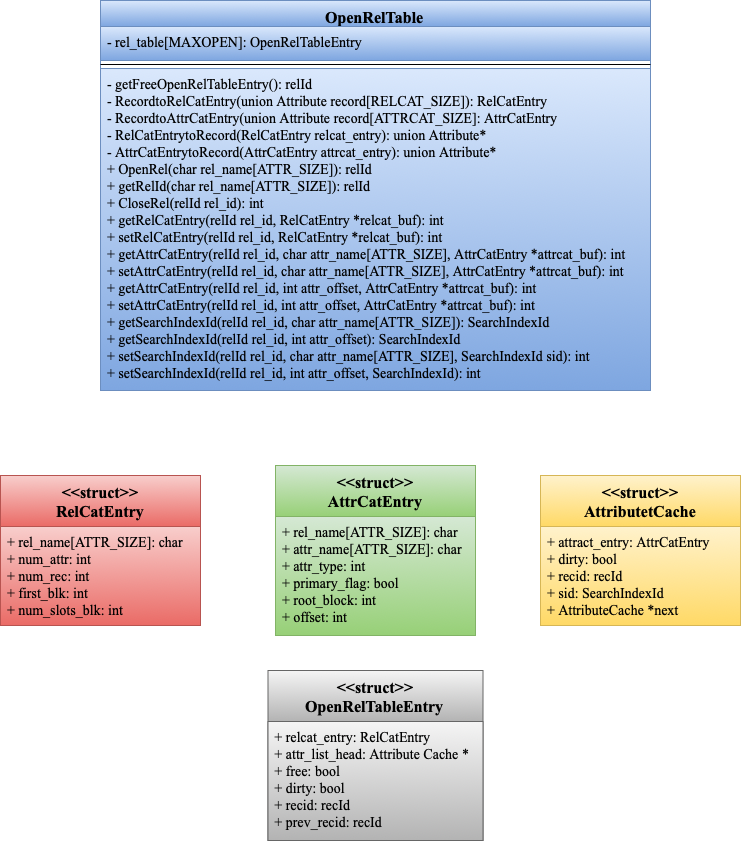
Above: img/cache_class.png in Nitcbase/nitcbase.github.io (draw.io), before the change. Source tidied: cells renumbered, new cells last; positions are measured from the earlier drawing's top-left corner, leaving out a move shared by most shapes.
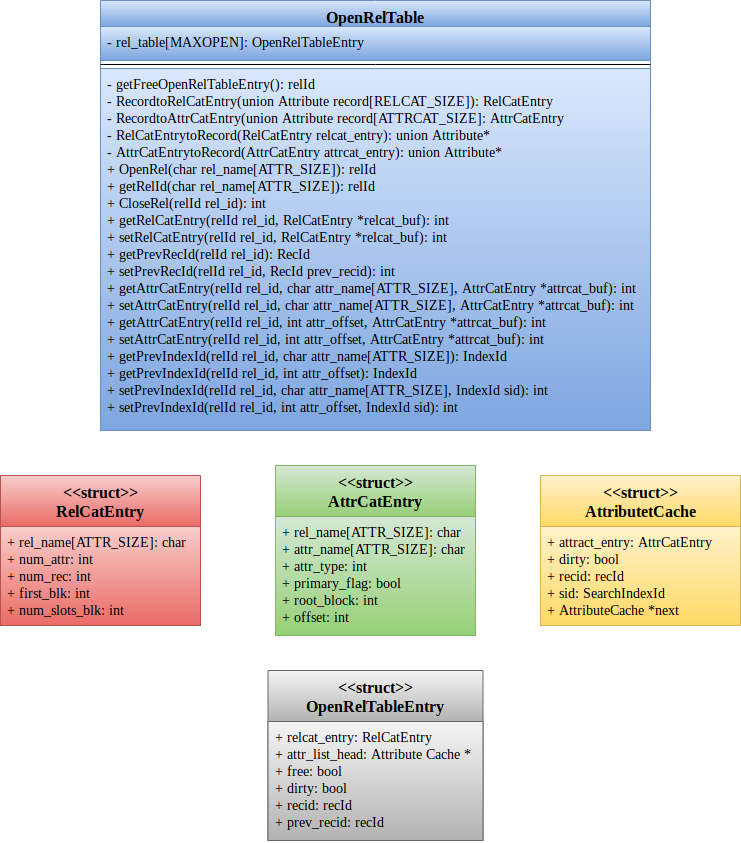
Later version of the same file.

What changed in the source:
```diff
@@ -3,7 +3,7 @@
     <mxCell id="0" />
     <mxCell id="1" parent="0" />
     <mxCell id="2" value="OpenRelTable" style="swimlane;fontStyle=1;align=center;verticalAlign=top;horizontal=1;startSize=26;fontFamily=Times New Roman;fontSize=16;fillColor=#dae8fc;strokeColor=#6c8ebf;gradientColor=#7ea6e0;" parent="1" vertex="1">
-      <mxGeometry x="100" width="550" height="390" as="geometry" />
+      <mxGeometry x="100" width="550" height="430" as="geometry" />
     </mxCell>
     <mxCell id="3" value="- rel_table[MAXOPEN]: OpenRelTableEntry&#10;" style="text;strokeColor=#6c8ebf;fillColor=#dae8fc;align=left;verticalAlign=top;spacingLeft=4;spacingRight=4;overflow=hidden;fontSize=14;fontFamily=Times New Roman;labelBackgroundColor=none;gradientColor=#7ea6e0;" parent="2" vertex="1">
       <mxGeometry y="26" width="550" height="34" as="geometry" />
@@ -11,8 +11,8 @@
     <mxCell id="4" style="line;strokeWidth=1;fillColor=none;align=left;verticalAlign=middle;spacingTop=-1;spacingLeft=3;spacingRight=3;labelPosition=right;" parent="2" vertex="1">
       <mxGeometry y="60" width="550" height="8" as="geometry" />
     </mxCell>
-    <mxCell id="5" value="- getFreeOpenRelTableEntry(): relId&#10;- RecordtoRelCatEntry(union Attribute record[RELCAT_SIZE]): RelCatEntry&#10;- RecordtoAttrCatEntry(union Attribute record[ATTRCAT_SIZE]: AttrCatEntry&#10;- RelCatEntrytoRecord(RelCatEntry relcat_entry): union Attribute*&#10;- AttrCatEntrytoRecord(AttrCatEntry attrcat_entry): union Attribute*&#10;+ OpenRel(char rel_name[ATTR_SIZE]): relId&#10;+ getRelId(char rel_name[ATTR_SIZE]): relId&#10;+ CloseRel(relId rel_id): int&#10;+ getRelCatEntry(relId rel_id, RelCatEntry *relcat_buf): int&#10;+ setRelCatEntry(relId rel_id, RelCatEntry *relcat_buf): int&#10;+ getAttrCatEntry(relId rel_id, char attr_name[ATTR_SIZE], AttrCatEntry *attrcat_buf): int&#10;+ setAttrCatEntry(relId rel_id, char attr_name[ATTR_SIZE], AttrCatEntry *attrcat_buf): int&#10;+ getAttrCatEntry(relId rel_id, int attr_offset, AttrCatEntry *attrcat_buf): int&#10;+ setAttrCatEntry(relId rel_id, int attr_offset, AttrCatEntry *attrcat_buf): int&#10;+ getSearchIndexId(relId rel_id, char attr_name[ATTR_SIZE]): SearchIndexId&#10;+ getSearchIndexId(relId rel_id, int attr_offset): SearchIndexId&#10;+ setSearchIndexId(relId rel_id, char attr_name[ATTR_SIZE], SearchIndexId sid): int&#10;+ setSearchIndexId(relId rel_id, int attr_offset, SearchIndexId): int&#10;" style="text;strokeColor=#6c8ebf;fillColor=#dae8fc;align=left;verticalAlign=top;spacingLeft=4;spacingRight=4;overflow=hidden;gradientColor=#7ea6e0;fontFamily=Times New Roman;fontSize=14;" parent="2" vertex="1">
-      <mxGeometry y="68" width="550" height="322" as="geometry" />
+    <mxCell id="5" value="- getFreeOpenRelTableEntry(): relId&#10;- RecordtoRelCatEntry(union Attribute record[RELCAT_SIZE]): RelCatEntry&#10;- RecordtoAttrCatEntry(union Attribute record[ATTRCAT_SIZE]: AttrCatEntry&#10;- RelCatEntrytoRecord(RelCatEntry relcat_entry): union Attribute*&#10;- AttrCatEntrytoRecord(AttrCatEntry attrcat_entry): union Attribute*&#10;+ OpenRel(char rel_name[ATTR_SIZE]): relId&#10;+ getRelId(char rel_name[ATTR_SIZE]): relId&#10;+ CloseRel(relId rel_id): int&#10;+ getRelCatEntry(relId rel_id, RelCatEntry *relcat_buf): int&#10;+ setRelCatEntry(relId rel_id, RelCatEntry *relcat_buf): int&#10;+ getPrevRecId(relId rel_id): RecId&#10;+ setPrevRecId(relId rel_id, RecId prev_recid): int&#10;+ getAttrCatEntry(relId rel_id, char attr_name[ATTR_SIZE], AttrCatEntry *attrcat_buf): int&#10;+ setAttrCatEntry(relId rel_id, char attr_name[ATTR_SIZE], AttrCatEntry *attrcat_buf): int&#10;+ getAttrCatEntry(relId rel_id, int attr_offset, AttrCatEntry *attrcat_buf): int&#10;+ setAttrCatEntry(relId rel_id, int attr_offset, AttrCatEntry *attrcat_buf): int&#10;+ getPrevIndexId(relId rel_id, char attr_name[ATTR_SIZE]): IndexId&#10;+ getPrevIndexId(relId rel_id, int attr_offset): IndexId&#10;+ setPrevIndexId(relId rel_id, char attr_name[ATTR_SIZE], IndexId sid): int&#10;+ setPrevIndexId(relId rel_id, int attr_offset, IndexId sid): int&#10;" style="text;strokeColor=#6c8ebf;fillColor=#dae8fc;align=left;verticalAlign=top;spacingLeft=4;spacingRight=4;overflow=hidden;gradientColor=#7ea6e0;fontFamily=Times New Roman;fontSize=14;" parent="2" vertex="1">
+      <mxGeometry y="68" width="550" height="362" as="geometry" />
     </mxCell>
     <mxCell id="6" value="&lt;&lt;struct&gt;&gt;&#10;RelCatEntry&#10;" style="swimlane;fontStyle=1;align=center;verticalAlign=top;horizontal=1;startSize=51;labelBackgroundColor=none;fontFamily=Times New Roman;fontSize=16;fillColor=#f8cecc;strokeColor=#b85450;gradientColor=#ea6b66;" parent="1" vertex="1">
       <mxGeometry y="475" width="200" height="150" as="geometry" />
```
